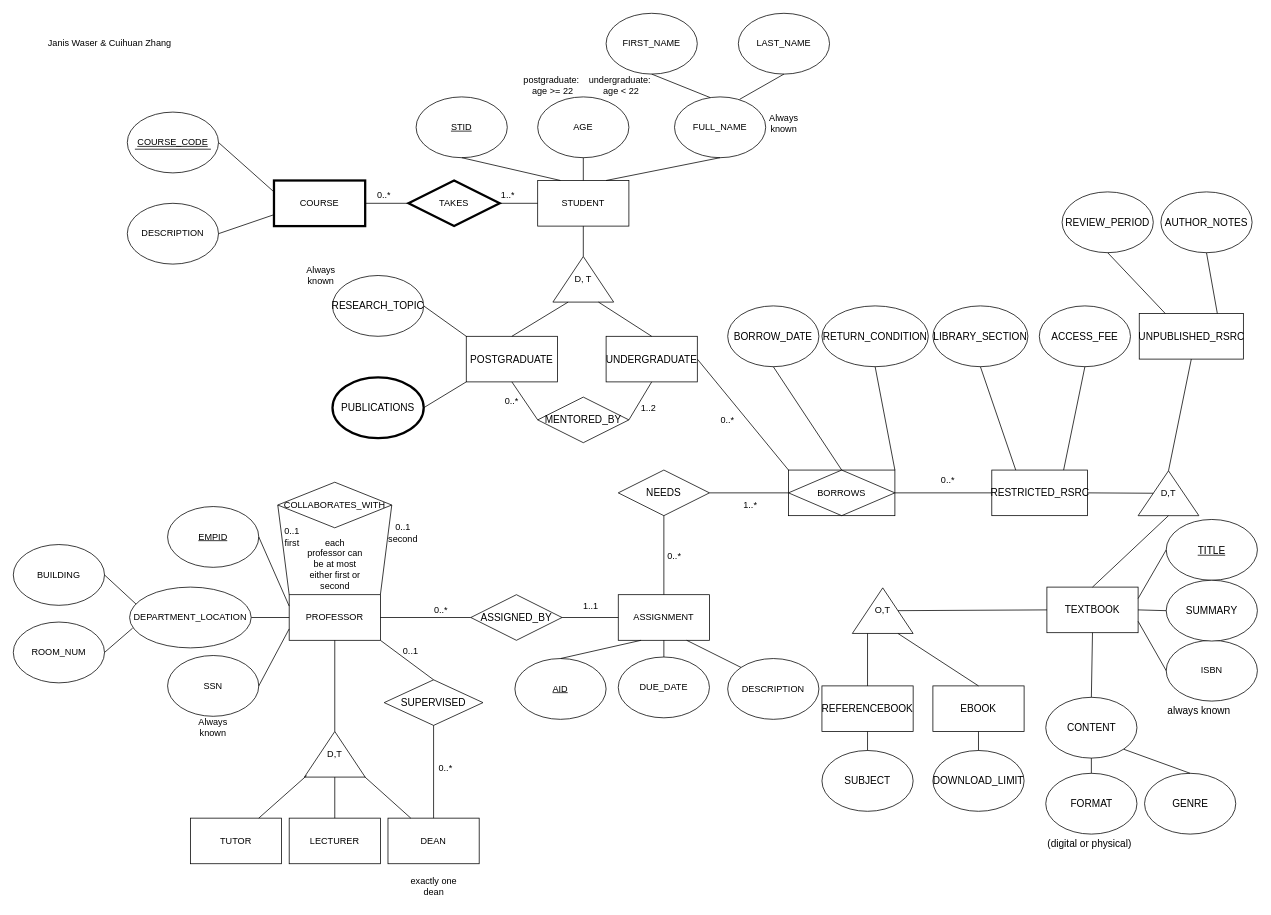
This is Homework1/DM-HW1_Janis_Waser_Cuihuan_Zhang.drawio from us-ja/Data_Management, a draw.io file, before an edit. Source tidied: cells renumbered, new cells numbered last; positions are measured from the earlier drawing's top-left corner, leaving out a move shared by most shapes. Both pictures are drawn from the tidied source at 76%, with x=0, y=0 at pixel (13, 13).
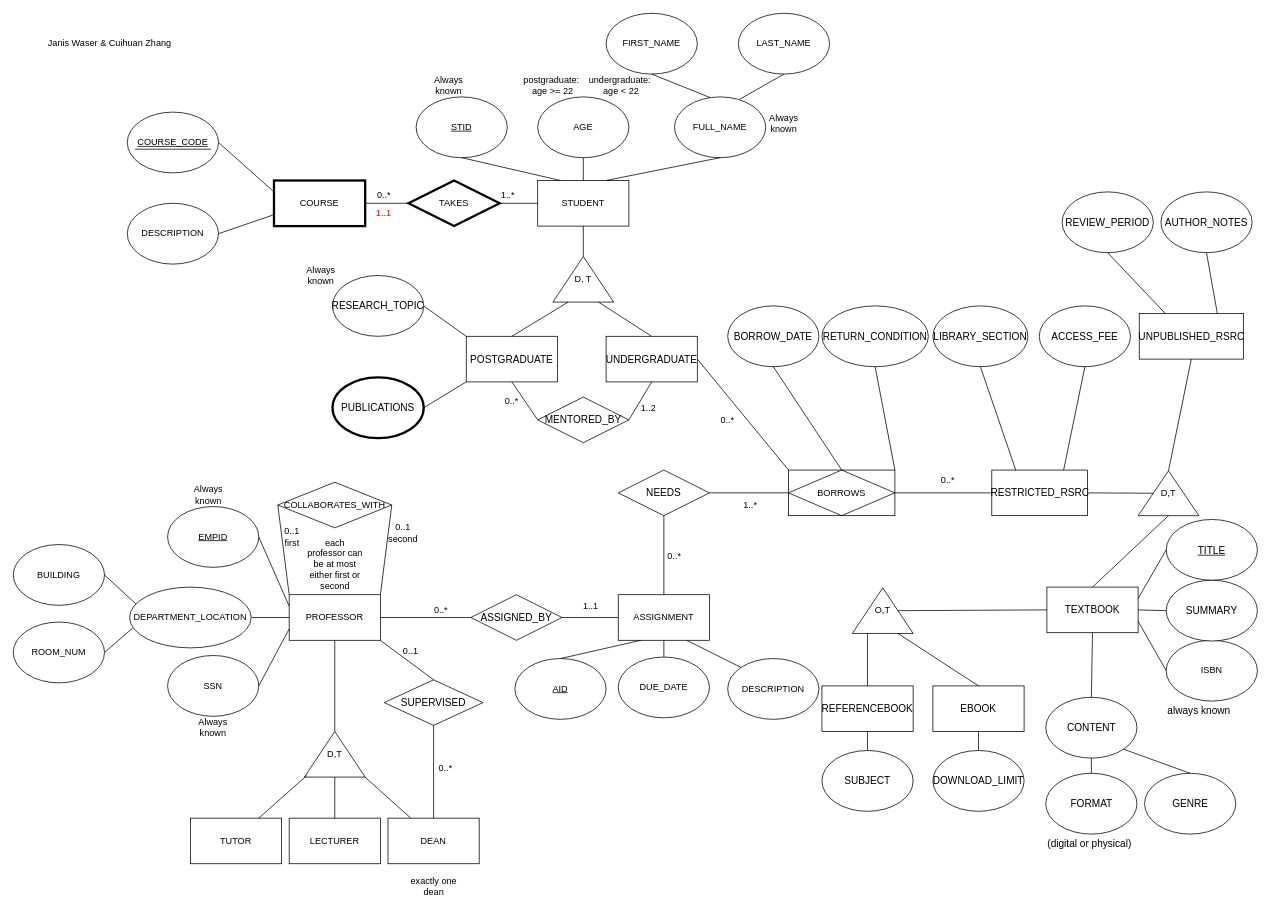
After the change.

Diff of the diagram source:
```diff
@@
+    <mxCell id="141" value="Always known" style="text;html=1;align=center;verticalAlign=middle;whiteSpace=wrap;rounded=0;" parent="1" vertex="1">
+      <mxGeometry x="543" y="80" width="60" height="30" as="geometry" />
+    </mxCell>
+    <mxCell id="142" value="Always known" style="text;html=1;align=center;verticalAlign=middle;whiteSpace=wrap;rounded=0;" parent="1" vertex="1">
+      <mxGeometry x="227" y="619" width="60" height="30" as="geometry" />
+    </mxCell>
+    <mxCell id="143" value="&lt;font style=&quot;color: light-dark(rgb(250, 0, 0), rgb(237, 237, 237));&quot;&gt;1..1&lt;/font&gt;" style="text;html=1;align=center;verticalAlign=middle;strokeColor=none;fillColor=none;" parent="1" vertex="1">
+      <mxGeometry x="467" y="248" width="40" height="30" as="geometry" />
+    </mxCell>
```
